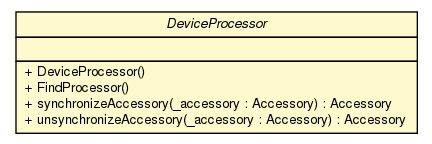
This is javadoc/coreserver/com/connectlife/coreserver/environment/DeviceProcessor.png from ericpinet/ConnectLife, a Graphviz export, as it was before one commit. Its source is kept beside it as javadoc/coreserver/com/connectlife/coreserver/environment/DeviceProcessor.dot.
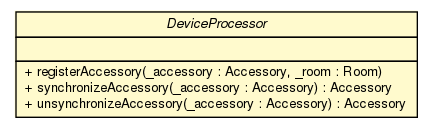
After the commit.

The edit, as a diff of the source:
```diff
@@ -12,8 +12,7 @@
 <tr><td align="left" balign="left">  </td></tr>
 		</table></td></tr>
 		<tr><td><table border="0" cellspacing="0" cellpadding="1">
-<tr><td align="left" balign="left"> + DeviceProcessor() </td></tr>
-<tr><td align="left" balign="left"> + FindProcessor() </td></tr>
+<tr><td align="left" balign="left"> + registerAccessory(_accessory : Accessory, _room : Room) </td></tr>
 <tr><td align="left" balign="left"> + synchronizeAccessory(_accessory : Accessory) : Accessory </td></tr>
 <tr><td align="left" balign="left"> + unsynchronizeAccessory(_accessory : Accessory) : Accessory </td></tr>
 		</table></td></tr>
```
